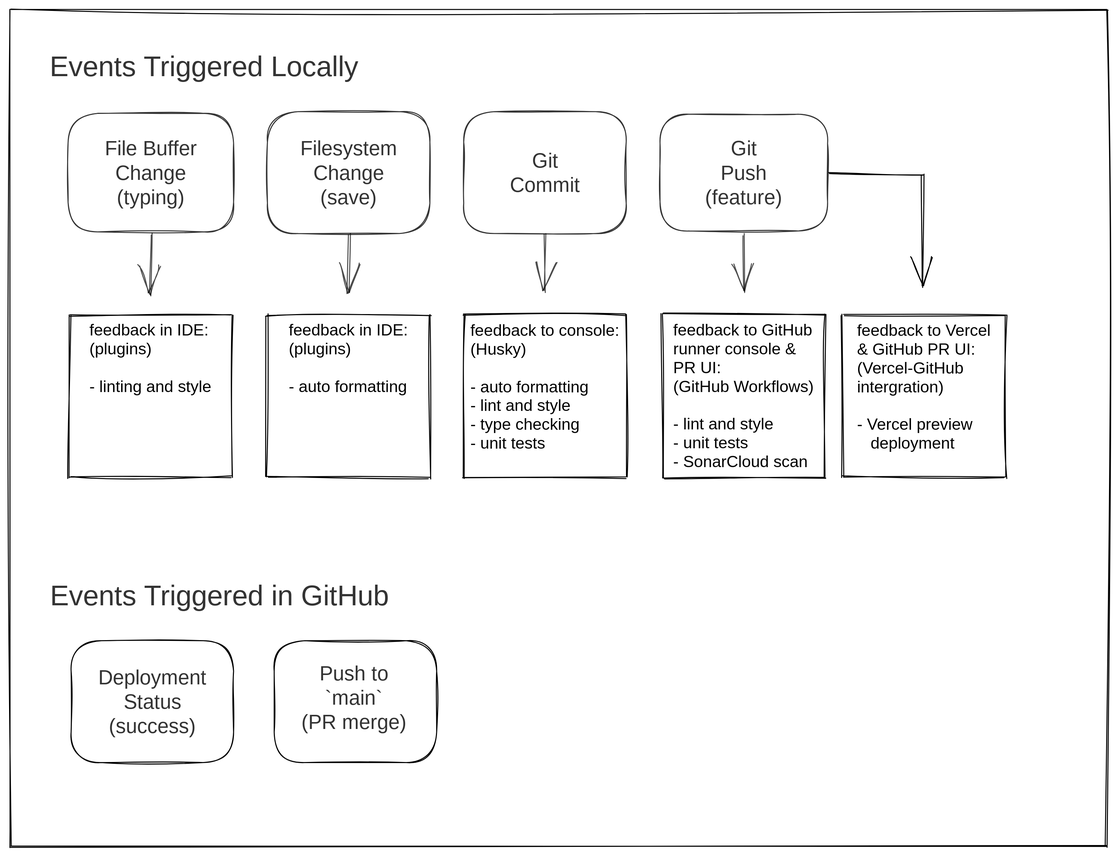
Earlier version of the Excalidraw export docs/images/sdlc_events.excalidraw.svg (oaknational/Oak-Web-Application). Source tidied: one line per element, renumbered; positions are measured from the earlier drawing's top-left corner, leaving out a move shared by most shapes.
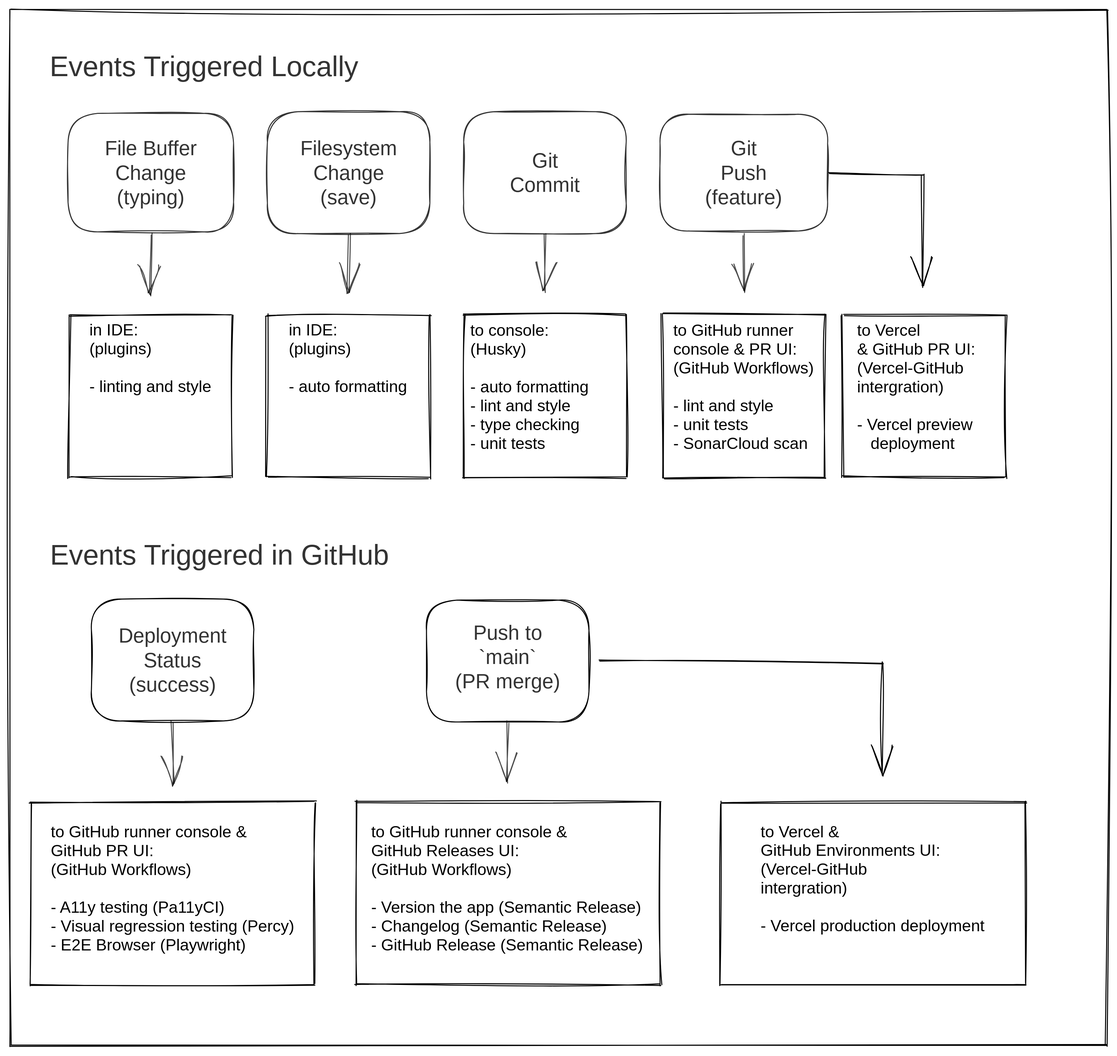
The same file after the commit.

Commit message:
docs(testing): add post-merge flows to events diagram

What changed in the source:
```diff
@@ -1,30 +1,39 @@
 {"id": 0, "type": "text", "text": "Events Triggered Locally", "strokeColor": "#000000", "strokeWidth": 1, "roughness": 1, "opacity": 80, "fontSize": 28, "fontFamily": 1, "textAlign": "center", "x": 20, "y": 40, "width": 342, "height": 36}
-{"id": 1, "type": "text", "text": "Events Triggered in GitHub", "strokeColor": "#000000", "strokeWidth": 1, "roughness": 1, "opacity": 80, "fontSize": 28, "fontFamily": 1, "textAlign": "center", "x": 20, "y": 561, "width": 372, "height": 36}
+{"id": 1, "type": "text", "text": "Events Triggered in GitHub", "strokeColor": "#000000", "strokeWidth": 1, "roughness": 1, "opacity": 80, "fontSize": 28, "fontFamily": 1, "textAlign": "center", "x": 20, "y": 521, "width": 372, "height": 36}
-{"id": 2, "type": "rectangle", "strokeColor": "#000000", "strokeWidth": 1, "roughness": 1, "x": 60, "y": 621, "width": 160, "height": 120}
+{"id": 2, "type": "rectangle", "strokeColor": "#000000", "strokeWidth": 1, "roughness": 1, "x": 80, "y": 580, "width": 160, "height": 120}
-{"id": 3, "type": "text", "text": "Deployment\nStatus\n(success)", "strokeColor": "#000000", "strokeWidth": 1, "roughness": 1, "opacity": 80, "fontSize": 20, "fontFamily": 3, "textAlign": "center", "x": 82, "y": 645, "width": 117, "height": 72}
+{"id": 3, "type": "text", "text": "Deployment\nStatus\n(success)", "strokeColor": "#000000", "strokeWidth": 1, "roughness": 1, "opacity": 80, "fontSize": 20, "fontFamily": 3, "textAlign": "center", "x": 102, "y": 604, "width": 117, "height": 72}
-{"id": 4, "type": "rectangle", "strokeColor": "#000000", "strokeWidth": 1, "roughness": 1, "x": 260, "y": 621, "width": 160, "height": 120}
+{"id": 4, "type": "rectangle", "strokeColor": "#000000", "strokeWidth": 1, "roughness": 1, "x": 410, "y": 581, "width": 160, "height": 120}
-{"id": 5, "type": "text", "text": "Push to\n`main`\n(PR merge)", "strokeColor": "#000000", "strokeWidth": 1, "roughness": 1, "opacity": 80, "fontSize": 20, "fontFamily": 3, "textAlign": "center", "x": 280, "y": 641, "width": 118, "height": 72}
+{"id": 5, "type": "text", "text": "Push to\n`main`\n(PR merge)", "strokeColor": "#000000", "strokeWidth": 1, "roughness": 1, "opacity": 80, "fontSize": 20, "fontFamily": 3, "textAlign": "center", "x": 431, "y": 601, "width": 118, "height": 72}
-{"id": 6, "type": "rectangle", "strokeColor": "#000000", "strokeWidth": 1, "roughness": 2, "x": 0, "y": 0, "width": 1080, "height": 824}
+{"id": 6, "type": "rectangle", "strokeColor": "#000000", "strokeWidth": 1, "roughness": 2, "x": 0, "y": 0, "width": 1080, "height": 1020}
 {"id": 7, "type": "rectangle", "strokeColor": "#000000", "strokeWidth": 1, "roughness": 1, "opacity": 80, "x": 57, "y": 102, "width": 163, "height": 117}
 {"id": 8, "type": "text", "text": "File Buffer\nChange\n(typing)", "strokeColor": "#000000", "strokeWidth": 1, "roughness": 1, "opacity": 80, "fontSize": 20, "fontFamily": 3, "textAlign": "center", "x": 74, "y": 124, "width": 129, "height": 72}
 {"id": 9, "type": "arrow", "strokeColor": "#000000", "strokeWidth": 1, "roughness": 1, "opacity": 70, "endArrowhead": "arrow", "from": 7, "to": 10, "x": 139, "y": 221, "width": 0, "height": 60, "points": [[0, 0], [0, 60]]}
 {"id": 10, "type": "rectangle", "strokeColor": "#000000", "strokeWidth": 1, "roughness": 1, "x": 58, "y": 300, "width": 160, "height": 160}
-{"id": 11, "type": "text", "text": "feedback in IDE:\n(plugins)\n\n- linting and style", "strokeColor": "#000000", "strokeWidth": 1, "roughness": 1, "fontSize": 16, "fontFamily": 2, "x": 78, "y": 306, "width": 121, "height": 74}
+{"id": 11, "type": "text", "text": "in IDE:\n(plugins)\n\n- linting and style", "strokeColor": "#000000", "strokeWidth": 1, "roughness": 1, "fontSize": 16, "fontFamily": 2, "x": 78, "y": 306, "width": 121, "height": 74}
 {"id": 12, "type": "rectangle", "strokeColor": "#000000", "strokeWidth": 1, "roughness": 1, "opacity": 80, "x": 253, "y": 100, "width": 160, "height": 120}
 {"id": 13, "type": "text", "text": "Filesystem\nChange\n(save)", "strokeColor": "#000000", "strokeWidth": 1, "roughness": 1, "opacity": 80, "fontSize": 20, "fontFamily": 3, "textAlign": "center", "x": 275, "y": 124, "width": 117, "height": 72}
 {"id": 14, "type": "arrow", "strokeColor": "#000000", "strokeWidth": 1, "roughness": 1, "opacity": 70, "endArrowhead": "arrow", "from": 12, "to": 15, "x": 334, "y": 221, "width": 1, "height": 57, "points": [[0, 0], [-1, 57]]}
 {"id": 15, "type": "rectangle", "strokeColor": "#000000", "strokeWidth": 1, "roughness": 1, "x": 253, "y": 300, "width": 160, "height": 160}
-{"id": 16, "type": "text", "text": "feedback in IDE:\n(plugins)\n\n- auto formatting", "strokeColor": "#000000", "strokeWidth": 1, "roughness": 1, "fontSize": 16, "fontFamily": 2, "x": 274, "y": 306, "width": 118, "height": 74}
+{"id": 16, "type": "text", "text": "in IDE:\n(plugins)\n\n- auto formatting", "strokeColor": "#000000", "strokeWidth": 1, "roughness": 1, "fontSize": 16, "fontFamily": 2, "x": 274, "y": 306, "width": 118, "height": 74}
 {"id": 17, "type": "text", "text": "Git\nCommit", "strokeColor": "#000000", "strokeWidth": 1, "roughness": 1, "opacity": 80, "fontSize": 20, "fontFamily": 3, "textAlign": "center", "x": 491, "y": 136, "width": 72, "height": 48}
 {"id": 18, "type": "rectangle", "strokeColor": "#000000", "strokeWidth": 1, "roughness": 1, "opacity": 80, "x": 447, "y": 100, "width": 160, "height": 120}
 {"id": 19, "type": "arrow", "strokeColor": "#000000", "strokeWidth": 1, "roughness": 1, "opacity": 70, "endArrowhead": "arrow", "to": 20, "x": 527, "y": 219, "width": 1, "height": 58, "points": [[0, 0], [1, 58]]}
 {"id": 20, "type": "rectangle", "strokeColor": "#000000", "strokeWidth": 1, "roughness": 1, "x": 447, "y": 300, "width": 160, "height": 160}
-{"id": 21, "type": "text", "text": "feedback to console:\n(Husky)\n\n- auto formatting\n- lint and style\n- type checking\n- unit tests", "strokeColor": "#000000", "strokeWidth": 1, "roughness": 1, "fontSize": 16, "fontFamily": 2, "x": 453, "y": 306, "width": 147, "height": 130}
+{"id": 21, "type": "text", "text": "to console:\n(Husky)\n\n- auto formatting\n- lint and style\n- type checking\n- unit tests", "strokeColor": "#000000", "strokeWidth": 1, "roughness": 1, "fontSize": 16, "fontFamily": 2, "x": 453, "y": 306, "width": 117, "height": 130}
 {"id": 22, "type": "rectangle", "strokeColor": "#000000", "strokeWidth": 1, "roughness": 1, "opacity": 80, "x": 640, "y": 102, "width": 165, "height": 115}
 {"id": 23, "type": "text", "text": "Git\nPush\n(feature)", "strokeColor": "#000000", "strokeWidth": 1, "roughness": 1, "opacity": 80, "fontSize": 20, "fontFamily": 3, "textAlign": "center", "x": 669, "y": 124, "width": 107, "height": 72}
 {"id": 24, "type": "arrow", "strokeColor": "#000000", "strokeWidth": 1, "roughness": 1, "opacity": 70, "endArrowhead": "arrow", "from": 22, "to": 25, "x": 722, "y": 221, "width": 1, "height": 57, "points": [[0, 0], [1, 57]]}
 {"id": 25, "type": "rectangle", "strokeColor": "#000000", "strokeWidth": 1, "roughness": 1, "x": 642, "y": 300, "width": 160, "height": 160}
-{"id": 26, "type": "text", "text": "feedback to GitHub\nrunner console &\nPR UI:\n(GitHub Workflows)\n\n- lint and style\n- unit tests\n- SonarCloud scan", "strokeColor": "#000000", "strokeWidth": 1, "roughness": 1, "fontSize": 16, "fontFamily": 2, "x": 653, "y": 306, "width": 139, "height": 148}
+{"id": 26, "type": "text", "text": "to GitHub runner\nconsole & PR UI:\n(GitHub Workflows)\n\n- lint and style\n- unit tests\n- SonarCloud scan", "strokeColor": "#000000", "strokeWidth": 1, "roughness": 1, "fontSize": 16, "fontFamily": 2, "x": 653, "y": 306, "width": 139, "height": 130}
 {"id": 27, "type": "arrow", "strokeColor": "#000000", "strokeWidth": 1, "roughness": 1, "endArrowhead": "arrow", "from": 22, "to": 28, "x": 807, "y": 161, "width": 91, "height": 111, "points": [[0, 0], [91, 2], [91, 111]]}
 {"id": 28, "type": "rectangle", "strokeColor": "#000000", "strokeWidth": 1, "roughness": 1, "x": 820, "y": 300, "width": 160, "height": 160}
-{"id": 29, "type": "text", "text": "feedback to Vercel\n& GitHub PR UI:\n(Vercel-GitHub\nintergration)\n\n- Vercel preview\n   deployment", "strokeColor": "#000000", "strokeWidth": 1, "roughness": 1, "fontSize": 16, "fontFamily": 2, "x": 834, "y": 306, "width": 132, "height": 130}
+{"id": 29, "type": "text", "text": "to Vercel\n& GitHub PR UI:\n(Vercel-GitHub\nintergration)\n\n- Vercel preview\n   deployment", "strokeColor": "#000000", "strokeWidth": 1, "roughness": 1, "fontSize": 16, "fontFamily": 2, "x": 834, "y": 306, "width": 117, "height": 130}
+{"id": 30, "type": "rectangle", "strokeColor": "#000000", "strokeWidth": 1, "roughness": 1, "x": 20, "y": 780, "width": 280, "height": 180}
+{"id": 31, "type": "text", "text": "to GitHub runner console &\nGitHub PR UI:\n(GitHub Workflows)\n\n- A11y testing (Pa11yCI)\n- Visual regression testing (Percy)\n- E2E Browser (Playwright)", "strokeColor": "#000000", "strokeWidth": 1, "roughness": 1, "fontSize": 16, "fontFamily": 2, "x": 40, "y": 800, "width": 240, "height": 130}
+{"id": 32, "type": "arrow", "strokeColor": "#000000", "strokeWidth": 1, "roughness": 1, "opacity": 70, "endArrowhead": "arrow", "from": 2, "to": 30, "x": 159, "y": 701, "width": 3, "height": 61, "points": [[0, 0], [3, 61]]}
+{"id": 33, "type": "rectangle", "strokeColor": "#000000", "strokeWidth": 1, "roughness": 1, "x": 340, "y": 780, "width": 300, "height": 180}
+{"id": 34, "type": "text", "text": "to GitHub runner console &\nGitHub Releases UI:\n(GitHub Workflows)\n\n- Version the app (Semantic Release)\n- Changelog (Semantic Release)\n- GitHub Release (Semantic Release)", "strokeColor": "#000000", "strokeWidth": 1, "roughness": 1, "fontSize": 16, "fontFamily": 2, "x": 356, "y": 800, "width": 269, "height": 130}
+{"id": 35, "type": "arrow", "strokeColor": "#000000", "strokeWidth": 1, "roughness": 1, "opacity": 70, "endArrowhead": "arrow", "to": 33, "x": 490, "y": 701, "width": 0, "height": 60, "points": [[0, 0], [0, 60]]}
+{"id": 36, "type": "rectangle", "strokeColor": "#000000", "strokeWidth": 1, "roughness": 1, "x": 700, "y": 780, "width": 300, "height": 180}
+{"id": 37, "type": "text", "text": "to Vercel &\nGitHub Environments UI:\n(Vercel-GitHub\nintergration)\n\n- Vercel production deployment", "strokeColor": "#000000", "strokeWidth": 1, "roughness": 1, "fontSize": 16, "fontFamily": 2, "x": 739, "y": 800, "width": 222, "height": 111}
+{"id": 38, "type": "arrow", "strokeColor": "#000000", "strokeWidth": 1, "roughness": 1, "endArrowhead": "arrow", "from": 4, "to": 36, "x": 581, "y": 641, "width": 278, "height": 112, "points": [[0, 0], [278, 2], [278, 112]]}
```
